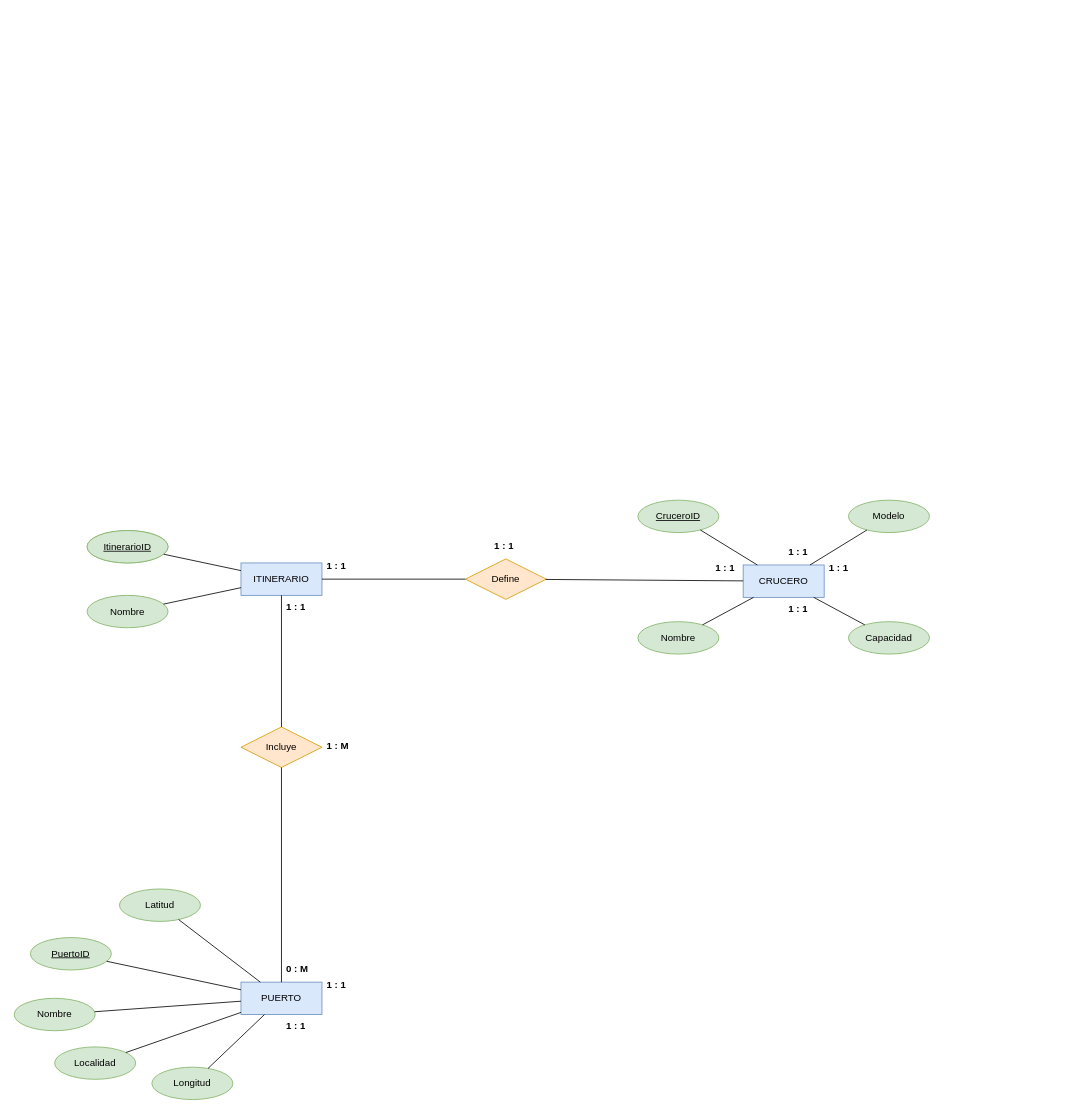
Earlier version of the draw.io diagram Progreso_1/Consigna_P1_Solucion_2.drawio (AngelDavidStudios/Diagramas_BdD_1). Source tidied: cells renumbered, new cells numbered last; positions are measured from the earlier drawing's top-left corner, leaving out a move shared by most shapes. Both pictures are drawn from the tidied source at 81%, with x=0, y=0 at pixel (14, 500).
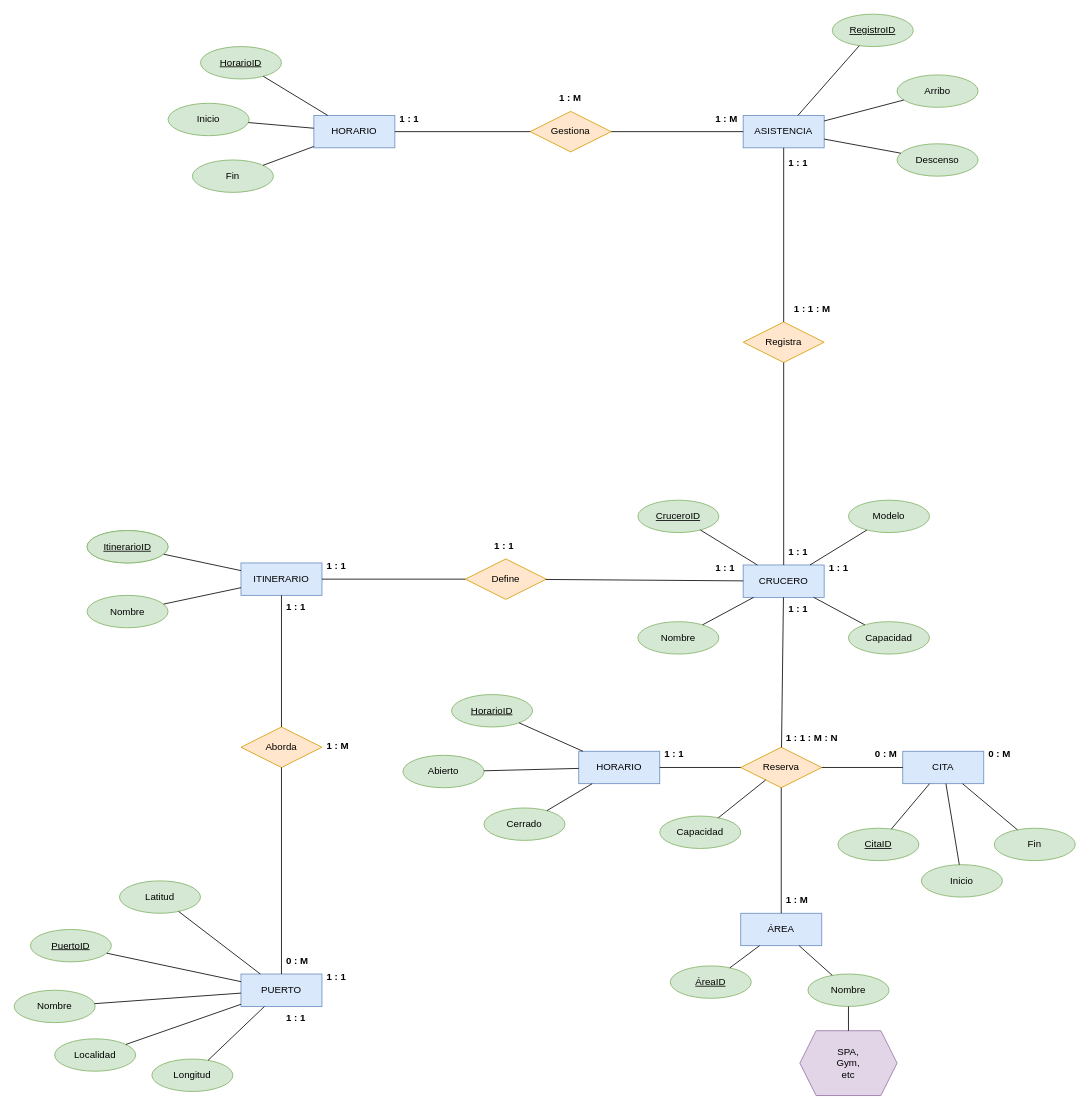
After the change.

Unchanged cells that the change refers to:
```xml
<mxCell id="2" value="CRUCERO" style="whiteSpace=wrap;html=1;align=center;fillColor=#dae8fc;strokeColor=#6c8ebf;" parent="1" vertex="1">
  <mxGeometry x="900" y="80" width="100" height="40" as="geometry" />
</mxCell>
```

What changed in the source:
```diff
@@
-    <mxCell id="27" value="Incluye" style="shape=rhombus;perimeter=rhombusPerimeter;whiteSpace=wrap;html=1;align=center;fillColor=#ffe6cc;strokeColor=#d79b00;" parent="1" vertex="1">
+    <mxCell id="27" value="Aborda" style="shape=rhombus;perimeter=rhombusPerimeter;whiteSpace=wrap;html=1;align=center;fillColor=#ffe6cc;strokeColor=#d79b00;" parent="1" vertex="1">
       <mxGeometry x="280" y="280" width="100" height="50" as="geometry" />
     </mxCell>
     <mxCell id="28" value="PUERTO" style="whiteSpace=wrap;html=1;align=center;fillColor=#dae8fc;strokeColor=#6c8ebf;" parent="1" vertex="1">
-      <mxGeometry x="280" y="595" width="100" height="40" as="geometry" />
+      <mxGeometry x="280" y="585" width="100" height="40" as="geometry" />
     </mxCell>
@@
     <mxCell id="31" value="0 : M" style="text;strokeColor=none;fillColor=none;spacingLeft=4;spacingRight=4;overflow=hidden;fontSize=12;whiteSpace=wrap;html=1;fontStyle=1;" parent="1" vertex="1">
-      <mxGeometry x="330" y="565" width="40" height="30" as="geometry" />
+      <mxGeometry x="330" y="555" width="40" height="30" as="geometry" />
     </mxCell>
     <mxCell id="32" value="1 : 1" style="text;strokeColor=none;fillColor=none;spacingLeft=4;spacingRight=4;overflow=hidden;fontSize=12;whiteSpace=wrap;html=1;fontStyle=1;" parent="1" vertex="1">
-      <mxGeometry x="380" y="585" width="40" height="30" as="geometry" />
+      <mxGeometry x="380" y="575" width="40" height="30" as="geometry" />
     </mxCell>
     <mxCell id="33" value="1 : 1" style="text;strokeColor=none;fillColor=none;spacingLeft=4;spacingRight=4;overflow=hidden;fontSize=12;whiteSpace=wrap;html=1;fontStyle=1;" parent="1" vertex="1">
-      <mxGeometry x="330" y="635" width="40" height="30" as="geometry" />
+      <mxGeometry x="330" y="625" width="40" height="30" as="geometry" />
     </mxCell>
     <mxCell id="34" value="PuertoID" style="ellipse;whiteSpace=wrap;html=1;align=center;fontStyle=4;fillColor=#d5e8d4;strokeColor=#82b366;" parent="1" vertex="1">
-      <mxGeometry x="20" y="540" width="100" height="40" as="geometry" />
+      <mxGeometry x="20" y="530" width="100" height="40" as="geometry" />
     </mxCell>
     <mxCell id="35" value="Nombre" style="ellipse;whiteSpace=wrap;html=1;align=center;fillColor=#d5e8d4;strokeColor=#82b366;" parent="1" vertex="1">
-      <mxGeometry y="615" width="100" height="40" as="geometry" />
+      <mxGeometry y="605" width="100" height="40" as="geometry" />
     </mxCell>
     <mxCell id="36" value="Localidad" style="ellipse;whiteSpace=wrap;html=1;align=center;fillColor=#d5e8d4;strokeColor=#82b366;" parent="1" vertex="1">
-      <mxGeometry x="50" y="675" width="100" height="40" as="geometry" />
+      <mxGeometry x="50" y="665" width="100" height="40" as="geometry" />
     </mxCell>
     <mxCell id="37" value="Latitud" style="ellipse;whiteSpace=wrap;html=1;align=center;fillColor=#d5e8d4;strokeColor=#82b366;" parent="1" vertex="1">
-      <mxGeometry x="130" y="480" width="100" height="40" as="geometry" />
+      <mxGeometry x="130" y="470" width="100" height="40" as="geometry" />
     </mxCell>
     <mxCell id="38" value="Longitud" style="ellipse;whiteSpace=wrap;html=1;align=center;fillColor=#d5e8d4;strokeColor=#82b366;" parent="1" vertex="1">
-      <mxGeometry x="170" y="700" width="100" height="40" as="geometry" />
+      <mxGeometry x="170" y="690" width="100" height="40" as="geometry" />
     </mxCell>
@@
+    <mxCell id="45" value="Registra" style="shape=rhombus;perimeter=rhombusPerimeter;whiteSpace=wrap;html=1;align=center;fillColor=#ffe6cc;strokeColor=#d79b00;" parent="1" vertex="1">
+      <mxGeometry x="900" y="-220" width="100" height="50" as="geometry" />
+    </mxCell>
+    <mxCell id="46" value="1 : 1 : M" style="text;strokeColor=none;fillColor=none;spacingLeft=4;spacingRight=4;overflow=hidden;fontSize=12;whiteSpace=wrap;html=1;fontStyle=1;" parent="1" vertex="1">
+      <mxGeometry x="957" y="-250" width="60" height="30" as="geometry" />
+    </mxCell>
+    <mxCell id="47" value="ASISTENCIA" style="whiteSpace=wrap;html=1;align=center;fillColor=#dae8fc;strokeColor=#6c8ebf;" parent="1" vertex="1">
+      <mxGeometry x="900" y="-475" width="100" height="40" as="geometry" />
+    </mxCell>
+    <mxCell id="48" style="endArrow=none;html=1;rounded=0;" parent="1" edge="1" source="45" target="47">
+      <mxGeometry relative="1" as="geometry" />
+    </mxCell>
+    <mxCell id="49" value="1 : 1" style="text;strokeColor=none;fillColor=none;spacingLeft=4;spacingRight=4;overflow=hidden;fontSize=12;whiteSpace=wrap;html=1;fontStyle=1;" parent="1" vertex="1">
+      <mxGeometry x="950" y="-430" width="40" height="25" as="geometry" />
+    </mxCell>
+    <mxCell id="50" value="Gestiona" style="shape=rhombus;perimeter=rhombusPerimeter;whiteSpace=wrap;html=1;align=center;fillColor=#ffe6cc;strokeColor=#d79b00;" parent="1" vertex="1">
+      <mxGeometry x="637" y="-480" width="100" height="50" as="geometry" />
+    </mxCell>
+    <mxCell id="51" value="HORARIO" style="whiteSpace=wrap;html=1;align=center;fillColor=#dae8fc;strokeColor=#6c8ebf;" parent="1" vertex="1">
+      <mxGeometry x="370" y="-475" width="100" height="40" as="geometry" />
+    </mxCell>
+    <mxCell id="52" style="endArrow=none;html=1;rounded=0;" parent="1" edge="1" source="50" target="47">
+      <mxGeometry relative="1" as="geometry" />
+    </mxCell>
+    <mxCell id="53" style="endArrow=none;html=1;rounded=0;" parent="1" edge="1" source="51" target="50">
+      <mxGeometry relative="1" as="geometry" />
+    </mxCell>
+    <mxCell id="54" value="1 : M" style="text;strokeColor=none;fillColor=none;spacingLeft=4;spacingRight=4;overflow=hidden;fontSize=12;whiteSpace=wrap;html=1;fontStyle=1;" parent="1" vertex="1">
+      <mxGeometry x="860" y="-485" width="40" height="30" as="geometry" />
+    </mxCell>
+    <mxCell id="55" value="1 : M" style="text;strokeColor=none;fillColor=none;spacingLeft=4;spacingRight=4;overflow=hidden;fontSize=12;whiteSpace=wrap;html=1;fontStyle=1;" parent="1" vertex="1">
+      <mxGeometry x="667" y="-510" width="40" height="30" as="geometry" />
+    </mxCell>
+    <mxCell id="56" value="1 : 1" style="text;strokeColor=none;fillColor=none;spacingLeft=4;spacingRight=4;overflow=hidden;fontSize=12;whiteSpace=wrap;html=1;fontStyle=1;" parent="1" vertex="1">
+      <mxGeometry x="470" y="-485" width="40" height="30" as="geometry" />
+    </mxCell>
+    <mxCell id="57" value="RegistroID" style="ellipse;whiteSpace=wrap;html=1;align=center;fontStyle=4;fillColor=#d5e8d4;strokeColor=#82b366;" parent="1" vertex="1">
+      <mxGeometry x="1010" y="-600" width="100" height="40" as="geometry" />
+    </mxCell>
+    <mxCell id="58" value="Arribo" style="ellipse;whiteSpace=wrap;html=1;align=center;fillColor=#d5e8d4;strokeColor=#82b366;" parent="1" vertex="1">
+      <mxGeometry x="1090" y="-525" width="100" height="40" as="geometry" />
+    </mxCell>
+    <mxCell id="59" value="Descenso" style="ellipse;whiteSpace=wrap;html=1;align=center;fillColor=#d5e8d4;strokeColor=#82b366;" parent="1" vertex="1">
+      <mxGeometry x="1090" y="-440" width="100" height="40" as="geometry" />
+    </mxCell>
+    <mxCell id="60" style="endArrow=none;html=1;rounded=0;" parent="1" edge="1" source="47" target="57">
+      <mxGeometry relative="1" as="geometry" />
+    </mxCell>
+    <mxCell id="61" style="endArrow=none;html=1;rounded=0;" parent="1" edge="1" source="47" target="58">
+      <mxGeometry relative="1" as="geometry" />
+    </mxCell>
+    <mxCell id="62" style="endArrow=none;html=1;rounded=0;" parent="1" edge="1" source="47" target="59">
+      <mxGeometry relative="1" as="geometry" />
+    </mxCell>
+    <mxCell id="63" value="HorarioID" style="ellipse;whiteSpace=wrap;html=1;align=center;fontStyle=4;fillColor=#d5e8d4;strokeColor=#82b366;" parent="1" vertex="1">
+      <mxGeometry x="230" y="-560" width="100" height="40" as="geometry" />
+    </mxCell>
+    <mxCell id="64" value="Inicio" style="ellipse;whiteSpace=wrap;html=1;align=center;fillColor=#d5e8d4;strokeColor=#82b366;" parent="1" vertex="1">
+      <mxGeometry x="190" y="-490" width="100" height="40" as="geometry" />
+    </mxCell>
+    <mxCell id="65" value="Fin" style="ellipse;whiteSpace=wrap;html=1;align=center;fillColor=#d5e8d4;strokeColor=#82b366;" parent="1" vertex="1">
+      <mxGeometry x="220" y="-420" width="100" height="40" as="geometry" />
+    </mxCell>
+    <mxCell id="66" style="endArrow=none;html=1;rounded=0;" parent="1" edge="1" source="63" target="51">
+      <mxGeometry relative="1" as="geometry" />
+    </mxCell>
+    <mxCell id="67" style="endArrow=none;html=1;rounded=0;" parent="1" edge="1" source="64" target="51">
+      <mxGeometry relative="1" as="geometry" />
+    </mxCell>
+    <mxCell id="68" style="endArrow=none;html=1;rounded=0;" parent="1" edge="1" source="65" target="51">
+      <mxGeometry relative="1" as="geometry" />
+    </mxCell>
+    <mxCell id="69" style="endArrow=none;html=1;rounded=0;" parent="1" edge="1" source="2" target="45">
+      <mxGeometry relative="1" as="geometry" />
+    </mxCell>
+    <mxCell id="70" value="Reserva" style="shape=rhombus;perimeter=rhombusPerimeter;whiteSpace=wrap;html=1;align=center;fillColor=#ffe6cc;strokeColor=#d79b00;" parent="1" vertex="1">
+      <mxGeometry x="897" y="305" width="100" height="50" as="geometry" />
+    </mxCell>
+    <mxCell id="71" value="ÁREA" style="whiteSpace=wrap;html=1;align=center;fillColor=#dae8fc;strokeColor=#6c8ebf;" parent="1" vertex="1">
+      <mxGeometry x="897" y="510" width="100" height="40" as="geometry" />
+    </mxCell>
+    <mxCell id="72" value="HORARIO" style="whiteSpace=wrap;html=1;align=center;fillColor=#dae8fc;strokeColor=#6c8ebf;" parent="1" vertex="1">
+      <mxGeometry x="697" y="310" width="100" height="40" as="geometry" />
+    </mxCell>
+    <mxCell id="73" style="endArrow=none;html=1;rounded=0;" parent="1" edge="1" source="71" target="70">
+      <mxGeometry relative="1" as="geometry" />
+    </mxCell>
+    <mxCell id="74" value="1 : M" style="text;strokeColor=none;fillColor=none;spacingLeft=4;spacingRight=4;overflow=hidden;fontSize=12;whiteSpace=wrap;html=1;fontStyle=1;" parent="1" vertex="1">
+      <mxGeometry x="947" y="480" width="40" height="30" as="geometry" />
+    </mxCell>
+    <mxCell id="75" value="CITA" style="whiteSpace=wrap;html=1;align=center;fillColor=#dae8fc;strokeColor=#6c8ebf;" parent="1" vertex="1">
+      <mxGeometry x="1097" y="310" width="100" height="40" as="geometry" />
+    </mxCell>
+    <mxCell id="76" style="endArrow=none;html=1;rounded=0;" parent="1" edge="1" source="70" target="75">
+      <mxGeometry relative="1" as="geometry" />
+    </mxCell>
+    <mxCell id="77" value="0 : M" style="text;strokeColor=none;fillColor=none;spacingLeft=4;spacingRight=4;overflow=hidden;fontSize=12;whiteSpace=wrap;html=1;fontStyle=1;" parent="1" vertex="1">
+      <mxGeometry x="1057" y="300" width="40" height="30" as="geometry" />
+    </mxCell>
+    <mxCell id="78" style="endArrow=none;html=1;rounded=0;" parent="1" edge="1" source="70" target="72">
+      <mxGeometry relative="1" as="geometry" />
+    </mxCell>
+    <mxCell id="79" value="1 : 1" style="text;strokeColor=none;fillColor=none;spacingLeft=4;spacingRight=4;overflow=hidden;fontSize=12;whiteSpace=wrap;html=1;fontStyle=1;" parent="1" vertex="1">
+      <mxGeometry x="797" y="300" width="40" height="30" as="geometry" />
+    </mxCell>
+    <mxCell id="80" value="1 : 1 : M : N" style="text;strokeColor=none;fillColor=none;spacingLeft=4;spacingRight=4;overflow=hidden;fontSize=12;whiteSpace=wrap;html=1;fontStyle=1;" parent="1" vertex="1">
+      <mxGeometry x="947" y="280" width="80" height="30" as="geometry" />
+    </mxCell>
+    <mxCell id="81" value="0 : M" style="text;strokeColor=none;fillColor=none;spacingLeft=4;spacingRight=4;overflow=hidden;fontSize=12;whiteSpace=wrap;html=1;fontStyle=1;" parent="1" vertex="1">
+      <mxGeometry x="1197" y="300" width="40" height="30" as="geometry" />
+    </mxCell>
+    <mxCell id="82" value="Capacidad" style="ellipse;whiteSpace=wrap;html=1;align=center;fillColor=#d5e8d4;strokeColor=#82b366;" parent="1" vertex="1">
+      <mxGeometry x="797" y="390" width="100" height="40" as="geometry" />
+    </mxCell>
+    <mxCell id="83" style="endArrow=none;html=1;rounded=0;" parent="1" edge="1" source="82" target="70">
+      <mxGeometry relative="1" as="geometry" />
+    </mxCell>
+    <mxCell id="84" value="HorarioID" style="ellipse;whiteSpace=wrap;html=1;align=center;fontStyle=4;fillColor=#d5e8d4;strokeColor=#82b366;" parent="1" vertex="1">
+      <mxGeometry x="540" y="240" width="100" height="40" as="geometry" />
+    </mxCell>
+    <mxCell id="85" value="Abierto" style="ellipse;whiteSpace=wrap;html=1;align=center;fillColor=#d5e8d4;strokeColor=#82b366;" parent="1" vertex="1">
+      <mxGeometry x="480" y="315" width="100" height="40" as="geometry" />
+    </mxCell>
+    <mxCell id="86" value="Cerrado" style="ellipse;whiteSpace=wrap;html=1;align=center;fillColor=#d5e8d4;strokeColor=#82b366;" parent="1" vertex="1">
+      <mxGeometry x="580" y="380" width="100" height="40" as="geometry" />
+    </mxCell>
+    <mxCell id="87" style="endArrow=none;html=1;rounded=0;" parent="1" edge="1" source="84" target="72">
+      <mxGeometry relative="1" as="geometry" />
+    </mxCell>
+    <mxCell id="88" style="endArrow=none;html=1;rounded=0;" parent="1" edge="1" source="85" target="72">
+      <mxGeometry relative="1" as="geometry" />
+    </mxCell>
+    <mxCell id="89" style="endArrow=none;html=1;rounded=0;" parent="1" edge="1" source="86" target="72">
+      <mxGeometry relative="1" as="geometry" />
+    </mxCell>
+    <mxCell id="90" value="Nombre" style="ellipse;whiteSpace=wrap;html=1;align=center;fillColor=#d5e8d4;strokeColor=#82b366;" parent="1" vertex="1">
+      <mxGeometry x="980" y="585" width="100" height="40" as="geometry" />
+    </mxCell>
+    <mxCell id="91" value="ÁreaID" style="ellipse;whiteSpace=wrap;html=1;align=center;fontStyle=4;fillColor=#d5e8d4;strokeColor=#82b366;" parent="1" vertex="1">
+      <mxGeometry x="810" y="575" width="100" height="40" as="geometry" />
+    </mxCell>
+    <mxCell id="92" style="endArrow=none;html=1;rounded=0;" parent="1" edge="1" source="91" target="71">
+      <mxGeometry relative="1" as="geometry" />
+    </mxCell>
+    <mxCell id="93" style="endArrow=none;html=1;rounded=0;" parent="1" edge="1" source="90" target="71">
+      <mxGeometry relative="1" as="geometry" />
+    </mxCell>
+    <mxCell id="94" value="CitaID" style="ellipse;whiteSpace=wrap;html=1;align=center;fontStyle=4;fillColor=#d5e8d4;strokeColor=#82b366;" parent="1" vertex="1">
+      <mxGeometry x="1017" y="405" width="100" height="40" as="geometry" />
+    </mxCell>
+    <mxCell id="95" value="Inicio" style="ellipse;whiteSpace=wrap;html=1;align=center;fillColor=#d5e8d4;strokeColor=#82b366;" parent="1" vertex="1">
+      <mxGeometry x="1120" y="450" width="100" height="40" as="geometry" />
+    </mxCell>
+    <mxCell id="96" value="Fin" style="ellipse;whiteSpace=wrap;html=1;align=center;fillColor=#d5e8d4;strokeColor=#82b366;" parent="1" vertex="1">
+      <mxGeometry x="1210" y="405" width="100" height="40" as="geometry" />
+    </mxCell>
+    <mxCell id="97" style="endArrow=none;html=1;rounded=0;" parent="1" edge="1" source="94" target="75">
+      <mxGeometry relative="1" as="geometry" />
+    </mxCell>
+    <mxCell id="98" style="endArrow=none;html=1;rounded=0;" parent="1" edge="1" source="95" target="75">
+      <mxGeometry relative="1" as="geometry" />
+    </mxCell>
+    <mxCell id="99" style="endArrow=none;html=1;rounded=0;" parent="1" edge="1" source="75" target="96">
+      <mxGeometry relative="1" as="geometry" />
+    </mxCell>
+    <mxCell id="100" style="endArrow=none;html=1;rounded=0;" parent="1" edge="1" source="2" target="70">
+      <mxGeometry relative="1" as="geometry" />
+    </mxCell>
+    <mxCell id="101" value="SPA,&lt;div&gt;Gym,&lt;/div&gt;&lt;div&gt;etc&lt;/div&gt;" style="shape=hexagon;perimeter=hexagonPerimeter2;whiteSpace=wrap;html=1;fixedSize=1;fillColor=#e1d5e7;strokeColor=#9673a6;" parent="1" vertex="1">
+      <mxGeometry x="970" y="655" width="120" height="80" as="geometry" />
+    </mxCell>
+    <mxCell id="102" style="endArrow=none;html=1;rounded=0;" parent="1" edge="1" source="90" target="101">
+      <mxGeometry relative="1" as="geometry" />
+    </mxCell>
```
